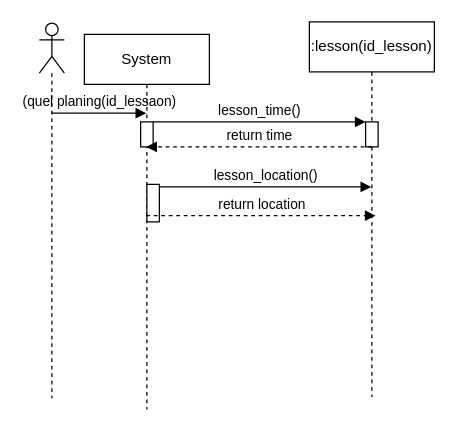
The draw.io diagram doc/DiS_consulte_planning.drawio in MelissaHOA/EXO_Gestion_Ecole, before the edit. Source tidied: cells renumbered, new cells numbered last; positions are measured from the earlier drawing's top-left corner, leaving out a move shared by most shapes. Both pictures are drawn from the tidied source at 125%, with x=0, y=0 at pixel (39, 21).
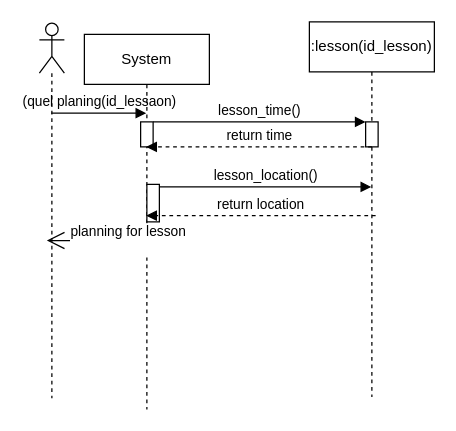
After the change.

Commit message:
Mettre à jour DiS_consulte_planning.drawio

The change refers to these unchanged cells:
```xml
<mxCell id="2" value="System" style="shape=umlLifeline;perimeter=lifelinePerimeter;whiteSpace=wrap;html=1;outlineConnect=0;portConstraint=eastwest;newEdgeStyle={&quot;edgeStyle&quot;:&quot;elbowEdgeStyle&quot;,&quot;elbow&quot;:&quot;vertical&quot;,&quot;curved&quot;:0,&quot;rounded&quot;:0};" parent="1" vertex="1">
  <mxGeometry x="36" y="10" width="100" height="300" as="geometry" />
</mxCell>
```

The edit, as a diff of the source:
```diff
@@
-    <mxCell id="12" value="return location" style="html=1;verticalAlign=bottom;labelBackgroundColor=none;endArrow=block;endFill=1;dashed=1;rounded=0;" parent="1" edge="1" source="2">
+    <mxCell id="12" value="return location" style="html=1;verticalAlign=bottom;labelBackgroundColor=none;endArrow=block;endFill=1;dashed=1;rounded=0;" parent="1" edge="1" target="2">
       <mxGeometry relative="1" as="geometry">
-        <mxPoint x="269" y="155" as="targetPoint" />
+        <mxPoint x="269" y="155" as="sourcePoint" />
       </mxGeometry>
     </mxCell>
+    <mxCell id="13" value="&lt;div&gt;planning for lesson&lt;/div&gt;&lt;div&gt;&lt;br&gt;&lt;/div&gt;" style="endArrow=open;endFill=1;endSize=12;html=1;rounded=0;entryX=0.3;entryY=0.563;entryDx=0;entryDy=0;entryPerimeter=0;" parent="1" edge="1">
+      <mxGeometry relative="1" as="geometry">
+        <mxPoint x="36" y="175" as="sourcePoint" />
+        <mxPoint x="6" y="174.9" as="targetPoint" />
+        <Array as="points">
+          <mxPoint x="86" y="175" />
+        </Array>
+      </mxGeometry>
+    </mxCell>
```
